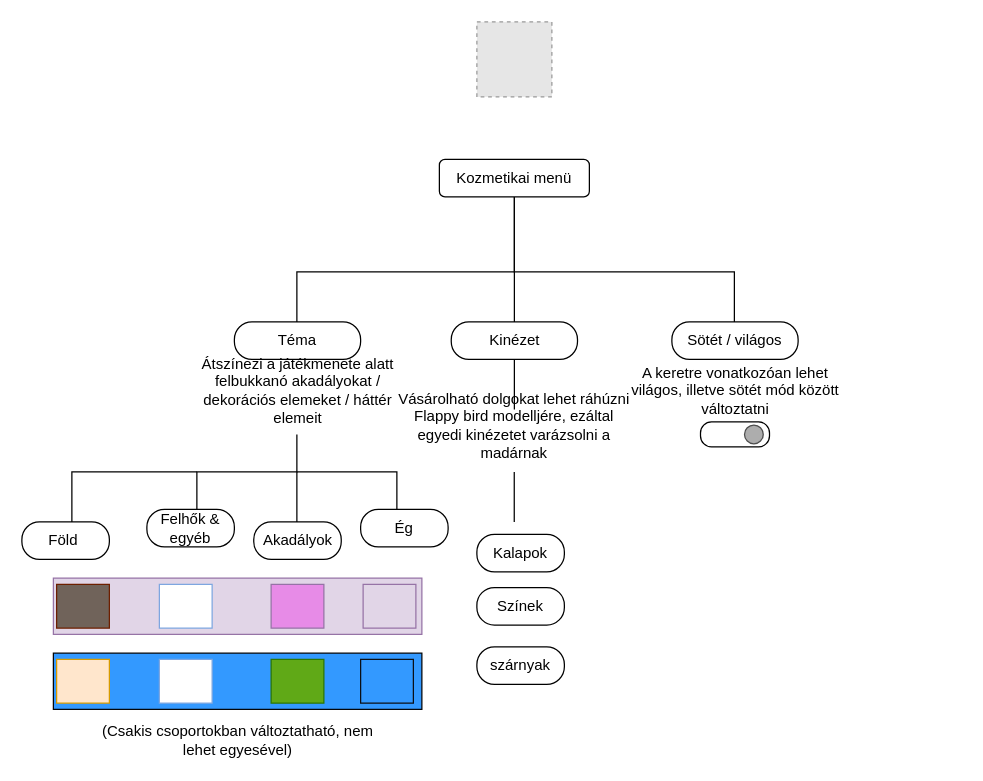
Above: tervezés/kozmetikai.drawio in lipotjozsef/webprojekt (draw.io), before the change. Source tidied: cells renumbered, new cells numbered last; positions are measured from the earlier drawing's top-left corner, leaving out a move shared by most shapes. Both pictures are drawn from the tidied source at 125%, with x=0, y=0 at pixel (21, 21). Pictures stored in the file or linked from it are replaced by grey dashed boxes.
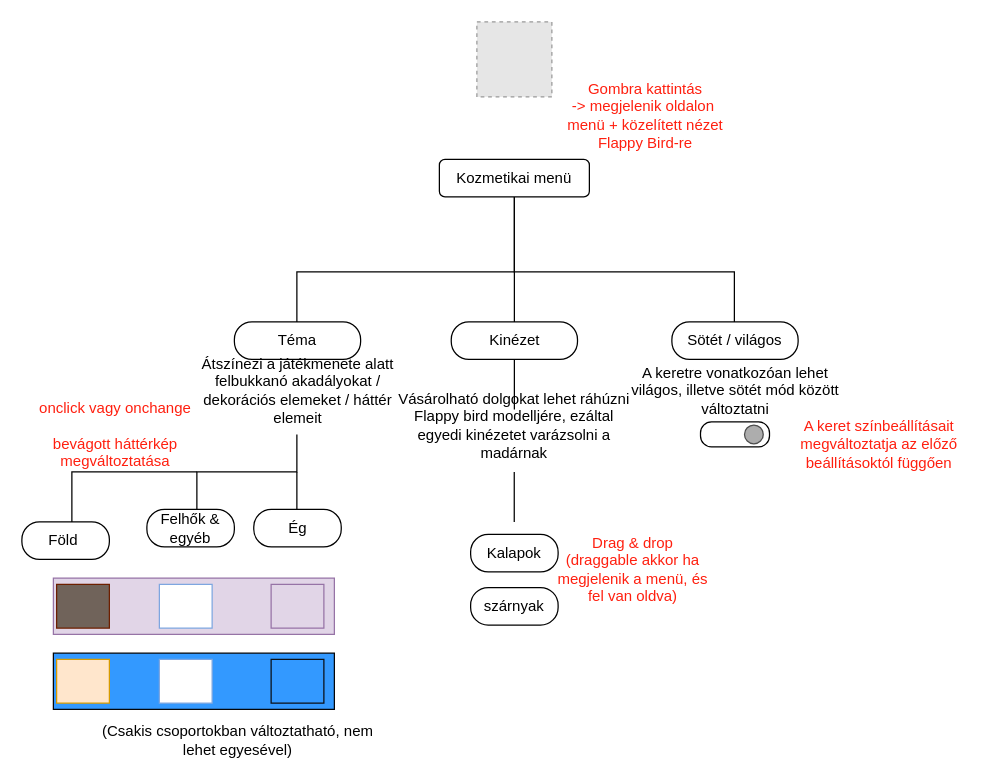
Above is the later version.

Change to the diagram source:
```diff
@@
-    <mxCell id="17" style="endArrow=none;html=1;rounded=0;" parent="1" edge="1">
-      <mxGeometry relative="1" as="geometry">
-        <mxPoint x="220" y="400" as="sourcePoint" />
-        <mxPoint x="220" y="360" as="targetPoint" />
-      </mxGeometry>
-    </mxCell>
-    <mxCell id="18" value="Akadályok" style="rounded=1;whiteSpace=wrap;html=1;arcSize=47;" parent="1" vertex="1">
-      <mxGeometry x="185.5" y="400" width="70" height="30" as="geometry" />
-    </mxCell>
-    <mxCell id="19" style="endArrow=none;html=1;rounded=0;" parent="1" edge="1">
+    <mxCell id="19" style="endArrow=none;html=1;rounded=0;exitX=0.157;exitY=0.1;exitDx=0;exitDy=0;exitPerimeter=0;" parent="1" edge="1" source="20">
       <mxGeometry relative="1" as="geometry">
-        <mxPoint x="300" y="390" as="sourcePoint" />
         <mxPoint x="220" y="360" as="targetPoint" />
         <Array as="points">
-          <mxPoint x="300" y="360" />
+          <mxPoint x="220" y="390" />
         </Array>
       </mxGeometry>
     </mxCell>
     <mxCell id="20" value="Ég" style="rounded=1;whiteSpace=wrap;html=1;arcSize=47;" parent="1" vertex="1">
-      <mxGeometry x="271" y="390" width="70" height="30" as="geometry" />
+      <mxGeometry x="185.5" y="390" width="70" height="30" as="geometry" />
     </mxCell>
@@
     <mxCell id="23" style="rounded=0;whiteSpace=wrap;html=1;fillColor=#e1d5e7;strokeColor=#9673a6;" parent="1" vertex="1">
-      <mxGeometry x="25.2" y="445" width="294.8" height="45" as="geometry" />
+      <mxGeometry x="25.2" y="445" width="224.8" height="45" as="geometry" />
     </mxCell>
@@
-    <mxCell id="26" style="rounded=0;whiteSpace=wrap;html=1;strokeColor=#9673a6;fillColor=#E78BE7;" parent="1" vertex="1">
-      <mxGeometry x="199.4" y="450" width="42.2" height="35" as="geometry" />
-    </mxCell>
     <mxCell id="27" style="rounded=0;whiteSpace=wrap;html=1;strokeColor=#9673a6;fillColor=#e1d5e7;" parent="1" vertex="1">
-      <mxGeometry x="273" y="450" width="42.2" height="35" as="geometry" />
+      <mxGeometry x="199.4" y="450" width="42.2" height="35" as="geometry" />
     </mxCell>
     <mxCell id="28" style="rounded=0;whiteSpace=wrap;html=1;fillColor=#3399FF;strokeColor=#040608;" parent="1" vertex="1">
-      <mxGeometry x="25.2" y="505" width="294.8" height="45" as="geometry" />
+      <mxGeometry x="25.2" y="505" width="224.8" height="45" as="geometry" />
     </mxCell>
@@
-    <mxCell id="31" style="rounded=0;whiteSpace=wrap;html=1;strokeColor=#2D7600;fillColor=#60a917;fontColor=#ffffff;" parent="1" vertex="1">
-      <mxGeometry x="199.4" y="510" width="42.2" height="35" as="geometry" />
-    </mxCell>
     <mxCell id="32" style="rounded=0;whiteSpace=wrap;html=1;strokeColor=#0B0F14;fillColor=#3399FF;" parent="1" vertex="1">
-      <mxGeometry x="271" y="510" width="42.2" height="35" as="geometry" />
+      <mxGeometry x="199.4" y="510" width="42.2" height="35" as="geometry" />
     </mxCell>
@@
     <mxCell id="35" value="Kalapok" style="rounded=1;whiteSpace=wrap;html=1;arcSize=47;" parent="1" vertex="1">
-      <mxGeometry x="364" y="410" width="70" height="30" as="geometry" />
+      <mxGeometry x="359" y="410" width="70" height="30" as="geometry" />
     </mxCell>
-    <mxCell id="36" value="Színek" style="rounded=1;whiteSpace=wrap;html=1;arcSize=47;" parent="1" vertex="1">
-      <mxGeometry x="364" y="452.5" width="70" height="30" as="geometry" />
-    </mxCell>
     <mxCell id="37" value="szárnyak" style="rounded=1;whiteSpace=wrap;html=1;arcSize=47;" parent="1" vertex="1">
-      <mxGeometry x="364" y="500" width="70" height="30" as="geometry" />
+      <mxGeometry x="359" y="452.5" width="70" height="30" as="geometry" />
     </mxCell>
@@
+    <mxCell id="39" value="&lt;div&gt;onclick vagy onchange&lt;/div&gt;&lt;div&gt;&lt;br&gt;&lt;/div&gt;&lt;div&gt;bevágott háttérkép megváltoztatása&lt;br&gt; &lt;/div&gt;" style="text;html=1;align=center;verticalAlign=middle;whiteSpace=wrap;rounded=0;fontColor=#FF1F0F;" parent="1" vertex="1">
+      <mxGeometry x="10" y="315" width="130" height="30" as="geometry" />
+    </mxCell>
+    <mxCell id="40" value="&lt;div&gt;Gombra kattintás&lt;/div&gt;&lt;div&gt;-&amp;gt; megjelenik oldalon&amp;nbsp; menü + közelített nézet Flappy Bird-re&lt;br&gt;&lt;/div&gt;" style="text;html=1;align=center;verticalAlign=middle;whiteSpace=wrap;rounded=0;fontColor=#FF1F0F;" parent="1" vertex="1">
+      <mxGeometry x="434" y="60" width="130" height="30" as="geometry" />
+    </mxCell>
+    <mxCell id="41" value="&lt;div&gt;Drag &amp;amp; drop&lt;/div&gt;&lt;div&gt;(draggable akkor ha megjelenik a menü, és fel van oldva)&lt;br&gt;&lt;/div&gt;" style="text;html=1;align=center;verticalAlign=middle;whiteSpace=wrap;rounded=0;fontColor=#FF1F0F;" parent="1" vertex="1">
+      <mxGeometry x="424" y="422.5" width="130" height="30" as="geometry" />
+    </mxCell>
+    <mxCell id="42" value="A keret színbeállításait megváltoztatja az előző beállításoktól függően" style="text;html=1;align=center;verticalAlign=middle;whiteSpace=wrap;rounded=0;fontColor=#FF1F0F;" parent="1" vertex="1">
+      <mxGeometry x="621" y="322.5" width="130" height="30" as="geometry" />
+    </mxCell>
```
